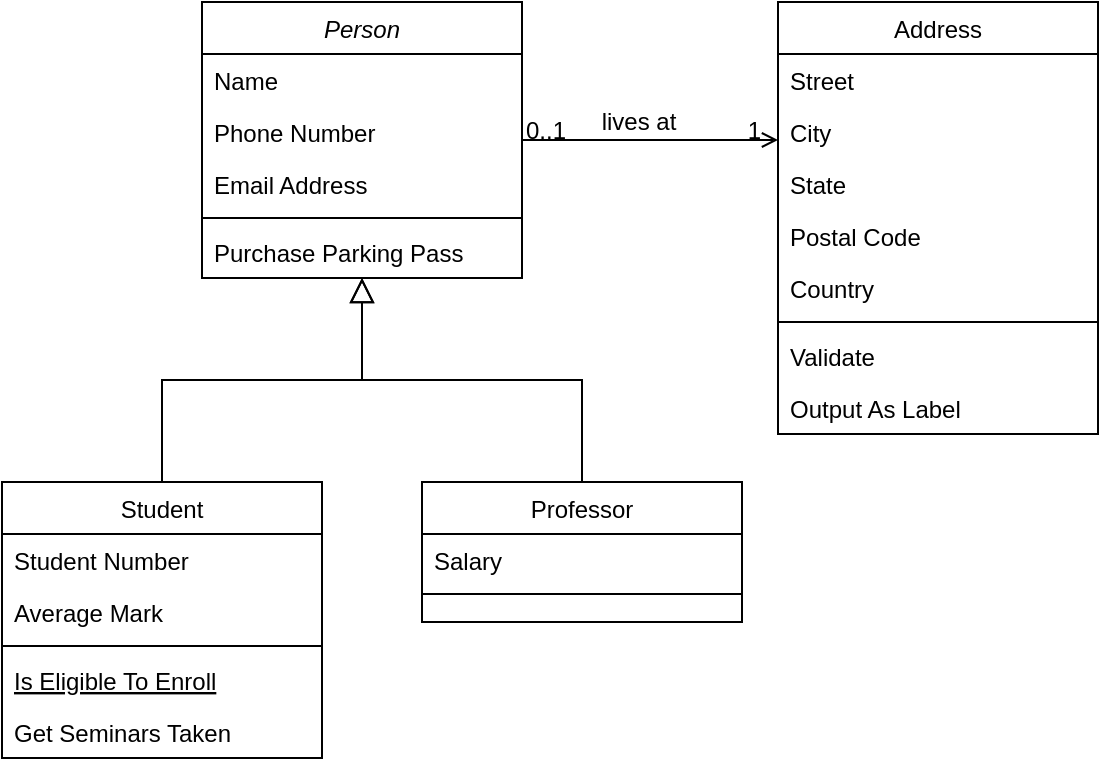
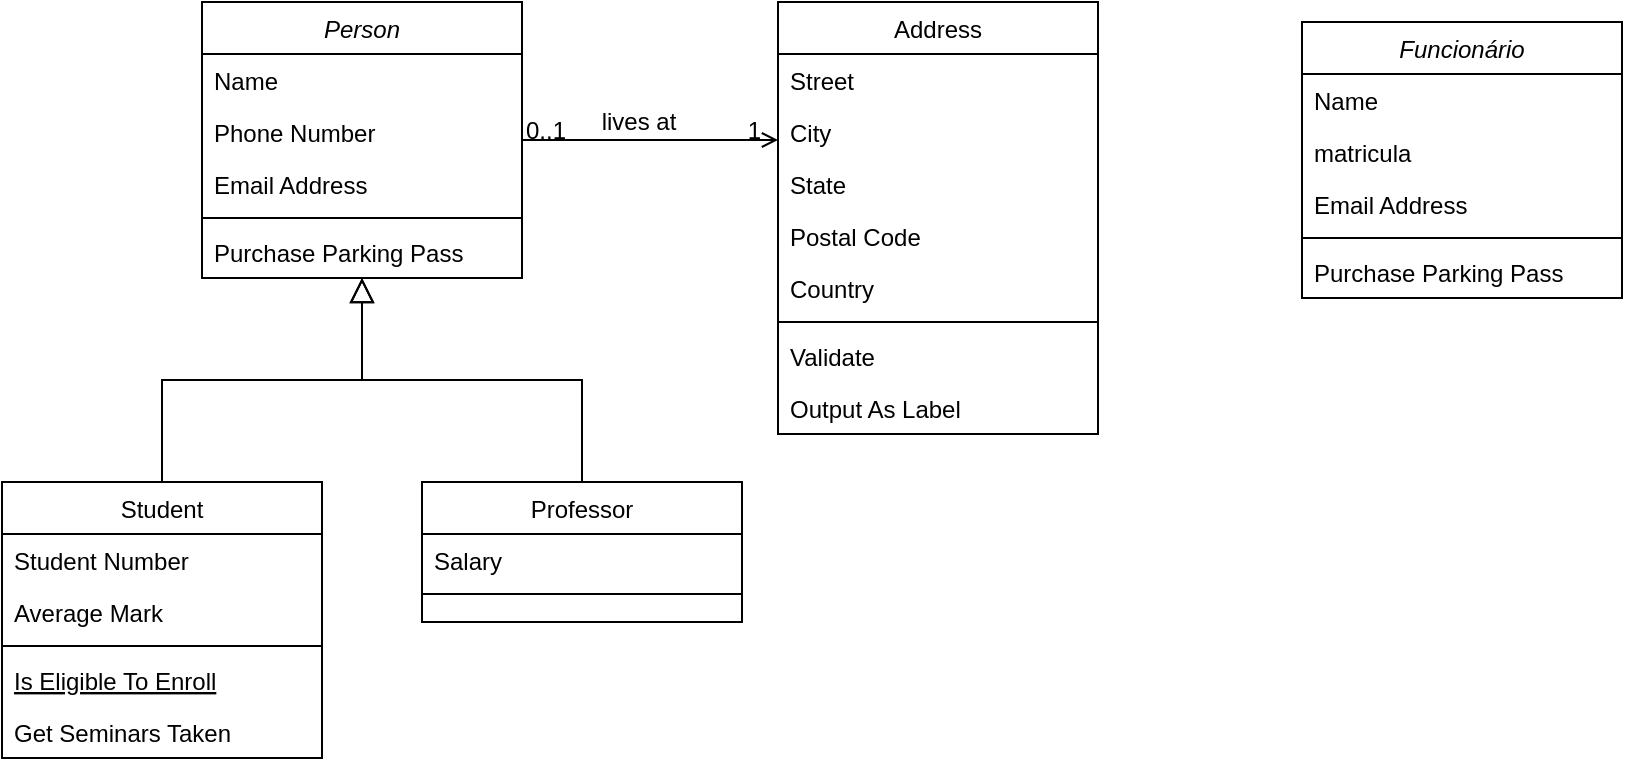
<mxfile host="app.diagrams.net">
  <diagram id="C5RBs43oDa-KdzZeNtuy" name="Page-1">
-     <mxGraphModel dx="1223" dy="871" grid="1" gridSize="10" guides="1" tooltips="1" connect="1" arrows="1" fold="1" page="1" pageScale="1" pageWidth="827" pageHeight="1169" math="0" shadow="0">
+     <mxGraphModel dx="1526" dy="333" grid="1" gridSize="10" guides="1" tooltips="1" connect="1" arrows="1" fold="1" page="1" pageScale="1" pageWidth="827" pageHeight="1169" math="0" shadow="0">
      <root>
        <mxCell id="WIyWlLk6GJQsqaUBKTNV-0" />
        <mxCell id="WIyWlLk6GJQsqaUBKTNV-1" parent="WIyWlLk6GJQsqaUBKTNV-0" />
-         <mxCell id="zkfFHV4jXpPFQw0GAbJ--0" value="Person" style="swimlane;fontStyle=2;align=center;verticalAlign=top;childLayout=stackLayout;horizontal=1;startSize=26;horizontalStack=0;resizeParent=1;resizeLast=0;collapsible=1;marginBottom=0;rounded=0;shadow=0;strokeWidth=1;" parent="WIyWlLk6GJQsqaUBKTNV-1" vertex="1">
-           <mxGeometry x="220" y="120" width="160" height="138" as="geometry">
-             <mxRectangle x="230" y="140" width="160" height="26" as="alternateBounds" />
+         <mxCell id="zkfFHV4jXpPFQw0GAbJ--0" parent="WIyWlLk6GJQsqaUBKTNV-1" style="swimlane;fontStyle=2;align=center;verticalAlign=top;childLayout=stackLayout;horizontal=1;startSize=26;horizontalStack=0;resizeParent=1;resizeLast=0;collapsible=1;marginBottom=0;rounded=0;shadow=0;strokeWidth=1;" value="Person" vertex="1">
+           <mxGeometry height="138" width="160" x="-130" y="140" as="geometry">
+             <mxRectangle height="26" width="160" x="230" y="140" as="alternateBounds" />
          </mxGeometry>
        </mxCell>
-         <mxCell id="zkfFHV4jXpPFQw0GAbJ--1" value="Name" style="text;align=left;verticalAlign=top;spacingLeft=4;spacingRight=4;overflow=hidden;rotatable=0;points=[[0,0.5],[1,0.5]];portConstraint=eastwest;" parent="zkfFHV4jXpPFQw0GAbJ--0" vertex="1">
-           <mxGeometry y="26" width="160" height="26" as="geometry" />
+         <mxCell id="zkfFHV4jXpPFQw0GAbJ--1" parent="zkfFHV4jXpPFQw0GAbJ--0" style="text;align=left;verticalAlign=top;spacingLeft=4;spacingRight=4;overflow=hidden;rotatable=0;points=[[0,0.5],[1,0.5]];portConstraint=eastwest;" value="Name" vertex="1">
+           <mxGeometry height="26" width="160" y="26" as="geometry" />
        </mxCell>
-         <mxCell id="zkfFHV4jXpPFQw0GAbJ--2" value="Phone Number" style="text;align=left;verticalAlign=top;spacingLeft=4;spacingRight=4;overflow=hidden;rotatable=0;points=[[0,0.5],[1,0.5]];portConstraint=eastwest;rounded=0;shadow=0;html=0;" parent="zkfFHV4jXpPFQw0GAbJ--0" vertex="1">
-           <mxGeometry y="52" width="160" height="26" as="geometry" />
+         <mxCell id="zkfFHV4jXpPFQw0GAbJ--2" parent="zkfFHV4jXpPFQw0GAbJ--0" style="text;align=left;verticalAlign=top;spacingLeft=4;spacingRight=4;overflow=hidden;rotatable=0;points=[[0,0.5],[1,0.5]];portConstraint=eastwest;rounded=0;shadow=0;html=0;" value="Phone Number" vertex="1">
+           <mxGeometry height="26" width="160" y="52" as="geometry" />
        </mxCell>
-         <mxCell id="zkfFHV4jXpPFQw0GAbJ--3" value="Email Address" style="text;align=left;verticalAlign=top;spacingLeft=4;spacingRight=4;overflow=hidden;rotatable=0;points=[[0,0.5],[1,0.5]];portConstraint=eastwest;rounded=0;shadow=0;html=0;" parent="zkfFHV4jXpPFQw0GAbJ--0" vertex="1">
-           <mxGeometry y="78" width="160" height="26" as="geometry" />
+         <mxCell id="zkfFHV4jXpPFQw0GAbJ--3" parent="zkfFHV4jXpPFQw0GAbJ--0" style="text;align=left;verticalAlign=top;spacingLeft=4;spacingRight=4;overflow=hidden;rotatable=0;points=[[0,0.5],[1,0.5]];portConstraint=eastwest;rounded=0;shadow=0;html=0;" value="Email Address" vertex="1">
+           <mxGeometry height="26" width="160" y="78" as="geometry" />
        </mxCell>
-         <mxCell id="zkfFHV4jXpPFQw0GAbJ--4" value="" style="line;html=1;strokeWidth=1;align=left;verticalAlign=middle;spacingTop=-1;spacingLeft=3;spacingRight=3;rotatable=0;labelPosition=right;points=[];portConstraint=eastwest;" parent="zkfFHV4jXpPFQw0GAbJ--0" vertex="1">
-           <mxGeometry y="104" width="160" height="8" as="geometry" />
+         <mxCell id="zkfFHV4jXpPFQw0GAbJ--4" parent="zkfFHV4jXpPFQw0GAbJ--0" style="line;html=1;strokeWidth=1;align=left;verticalAlign=middle;spacingTop=-1;spacingLeft=3;spacingRight=3;rotatable=0;labelPosition=right;points=[];portConstraint=eastwest;" value="" vertex="1">
+           <mxGeometry height="8" width="160" y="104" as="geometry" />
        </mxCell>
-         <mxCell id="zkfFHV4jXpPFQw0GAbJ--5" value="Purchase Parking Pass" style="text;align=left;verticalAlign=top;spacingLeft=4;spacingRight=4;overflow=hidden;rotatable=0;points=[[0,0.5],[1,0.5]];portConstraint=eastwest;" parent="zkfFHV4jXpPFQw0GAbJ--0" vertex="1">
-           <mxGeometry y="112" width="160" height="26" as="geometry" />
+         <mxCell id="zkfFHV4jXpPFQw0GAbJ--5" parent="zkfFHV4jXpPFQw0GAbJ--0" style="text;align=left;verticalAlign=top;spacingLeft=4;spacingRight=4;overflow=hidden;rotatable=0;points=[[0,0.5],[1,0.5]];portConstraint=eastwest;" value="Purchase Parking Pass" vertex="1">
+           <mxGeometry height="26" width="160" y="112" as="geometry" />
        </mxCell>
-         <mxCell id="zkfFHV4jXpPFQw0GAbJ--6" value="Student" style="swimlane;fontStyle=0;align=center;verticalAlign=top;childLayout=stackLayout;horizontal=1;startSize=26;horizontalStack=0;resizeParent=1;resizeLast=0;collapsible=1;marginBottom=0;rounded=0;shadow=0;strokeWidth=1;" parent="WIyWlLk6GJQsqaUBKTNV-1" vertex="1">
-           <mxGeometry x="120" y="360" width="160" height="138" as="geometry">
-             <mxRectangle x="130" y="380" width="160" height="26" as="alternateBounds" />
+         <mxCell id="zkfFHV4jXpPFQw0GAbJ--6" parent="WIyWlLk6GJQsqaUBKTNV-1" style="swimlane;fontStyle=0;align=center;verticalAlign=top;childLayout=stackLayout;horizontal=1;startSize=26;horizontalStack=0;resizeParent=1;resizeLast=0;collapsible=1;marginBottom=0;rounded=0;shadow=0;strokeWidth=1;" value="Student" vertex="1">
+           <mxGeometry height="138" width="160" x="-230" y="380" as="geometry">
+             <mxRectangle height="26" width="160" x="130" y="380" as="alternateBounds" />
          </mxGeometry>
        </mxCell>
-         <mxCell id="zkfFHV4jXpPFQw0GAbJ--7" value="Student Number" style="text;align=left;verticalAlign=top;spacingLeft=4;spacingRight=4;overflow=hidden;rotatable=0;points=[[0,0.5],[1,0.5]];portConstraint=eastwest;" parent="zkfFHV4jXpPFQw0GAbJ--6" vertex="1">
-           <mxGeometry y="26" width="160" height="26" as="geometry" />
+         <mxCell id="zkfFHV4jXpPFQw0GAbJ--7" parent="zkfFHV4jXpPFQw0GAbJ--6" style="text;align=left;verticalAlign=top;spacingLeft=4;spacingRight=4;overflow=hidden;rotatable=0;points=[[0,0.5],[1,0.5]];portConstraint=eastwest;" value="Student Number" vertex="1">
+           <mxGeometry height="26" width="160" y="26" as="geometry" />
        </mxCell>
-         <mxCell id="zkfFHV4jXpPFQw0GAbJ--8" value="Average Mark" style="text;align=left;verticalAlign=top;spacingLeft=4;spacingRight=4;overflow=hidden;rotatable=0;points=[[0,0.5],[1,0.5]];portConstraint=eastwest;rounded=0;shadow=0;html=0;" parent="zkfFHV4jXpPFQw0GAbJ--6" vertex="1">
-           <mxGeometry y="52" width="160" height="26" as="geometry" />
+         <mxCell id="zkfFHV4jXpPFQw0GAbJ--8" parent="zkfFHV4jXpPFQw0GAbJ--6" style="text;align=left;verticalAlign=top;spacingLeft=4;spacingRight=4;overflow=hidden;rotatable=0;points=[[0,0.5],[1,0.5]];portConstraint=eastwest;rounded=0;shadow=0;html=0;" value="Average Mark" vertex="1">
+           <mxGeometry height="26" width="160" y="52" as="geometry" />
        </mxCell>
-         <mxCell id="zkfFHV4jXpPFQw0GAbJ--9" value="" style="line;html=1;strokeWidth=1;align=left;verticalAlign=middle;spacingTop=-1;spacingLeft=3;spacingRight=3;rotatable=0;labelPosition=right;points=[];portConstraint=eastwest;" parent="zkfFHV4jXpPFQw0GAbJ--6" vertex="1">
-           <mxGeometry y="78" width="160" height="8" as="geometry" />
+         <mxCell id="zkfFHV4jXpPFQw0GAbJ--9" parent="zkfFHV4jXpPFQw0GAbJ--6" style="line;html=1;strokeWidth=1;align=left;verticalAlign=middle;spacingTop=-1;spacingLeft=3;spacingRight=3;rotatable=0;labelPosition=right;points=[];portConstraint=eastwest;" value="" vertex="1">
+           <mxGeometry height="8" width="160" y="78" as="geometry" />
        </mxCell>
-         <mxCell id="zkfFHV4jXpPFQw0GAbJ--10" value="Is Eligible To Enroll" style="text;align=left;verticalAlign=top;spacingLeft=4;spacingRight=4;overflow=hidden;rotatable=0;points=[[0,0.5],[1,0.5]];portConstraint=eastwest;fontStyle=4" parent="zkfFHV4jXpPFQw0GAbJ--6" vertex="1">
-           <mxGeometry y="86" width="160" height="26" as="geometry" />
+         <mxCell id="zkfFHV4jXpPFQw0GAbJ--10" parent="zkfFHV4jXpPFQw0GAbJ--6" style="text;align=left;verticalAlign=top;spacingLeft=4;spacingRight=4;overflow=hidden;rotatable=0;points=[[0,0.5],[1,0.5]];portConstraint=eastwest;fontStyle=4" value="Is Eligible To Enroll" vertex="1">
+           <mxGeometry height="26" width="160" y="86" as="geometry" />
        </mxCell>
-         <mxCell id="zkfFHV4jXpPFQw0GAbJ--11" value="Get Seminars Taken" style="text;align=left;verticalAlign=top;spacingLeft=4;spacingRight=4;overflow=hidden;rotatable=0;points=[[0,0.5],[1,0.5]];portConstraint=eastwest;" parent="zkfFHV4jXpPFQw0GAbJ--6" vertex="1">
-           <mxGeometry y="112" width="160" height="26" as="geometry" />
+         <mxCell id="zkfFHV4jXpPFQw0GAbJ--11" parent="zkfFHV4jXpPFQw0GAbJ--6" style="text;align=left;verticalAlign=top;spacingLeft=4;spacingRight=4;overflow=hidden;rotatable=0;points=[[0,0.5],[1,0.5]];portConstraint=eastwest;" value="Get Seminars Taken" vertex="1">
+           <mxGeometry height="26" width="160" y="112" as="geometry" />
        </mxCell>
-         <mxCell id="zkfFHV4jXpPFQw0GAbJ--12" value="" style="endArrow=block;endSize=10;endFill=0;shadow=0;strokeWidth=1;rounded=0;curved=0;edgeStyle=elbowEdgeStyle;elbow=vertical;" parent="WIyWlLk6GJQsqaUBKTNV-1" source="zkfFHV4jXpPFQw0GAbJ--6" target="zkfFHV4jXpPFQw0GAbJ--0" edge="1">
-           <mxGeometry width="160" relative="1" as="geometry">
-             <mxPoint x="200" y="203" as="sourcePoint" />
-             <mxPoint x="200" y="203" as="targetPoint" />
+         <mxCell id="zkfFHV4jXpPFQw0GAbJ--12" edge="1" parent="WIyWlLk6GJQsqaUBKTNV-1" source="zkfFHV4jXpPFQw0GAbJ--6" style="endArrow=block;endSize=10;endFill=0;shadow=0;strokeWidth=1;rounded=0;curved=0;edgeStyle=elbowEdgeStyle;elbow=vertical;" target="zkfFHV4jXpPFQw0GAbJ--0" value="">
+           <mxGeometry relative="1" width="160" as="geometry">
+             <mxPoint x="-150" y="223" as="sourcePoint" />
+             <mxPoint x="-150" y="223" as="targetPoint" />
          </mxGeometry>
        </mxCell>
-         <mxCell id="zkfFHV4jXpPFQw0GAbJ--13" value="Professor" style="swimlane;fontStyle=0;align=center;verticalAlign=top;childLayout=stackLayout;horizontal=1;startSize=26;horizontalStack=0;resizeParent=1;resizeLast=0;collapsible=1;marginBottom=0;rounded=0;shadow=0;strokeWidth=1;" parent="WIyWlLk6GJQsqaUBKTNV-1" vertex="1">
-           <mxGeometry x="330" y="360" width="160" height="70" as="geometry">
-             <mxRectangle x="340" y="380" width="170" height="26" as="alternateBounds" />
+         <mxCell id="zkfFHV4jXpPFQw0GAbJ--13" parent="WIyWlLk6GJQsqaUBKTNV-1" style="swimlane;fontStyle=0;align=center;verticalAlign=top;childLayout=stackLayout;horizontal=1;startSize=26;horizontalStack=0;resizeParent=1;resizeLast=0;collapsible=1;marginBottom=0;rounded=0;shadow=0;strokeWidth=1;" value="Professor" vertex="1">
+           <mxGeometry height="70" width="160" x="-20" y="380" as="geometry">
+             <mxRectangle height="26" width="170" x="340" y="380" as="alternateBounds" />
          </mxGeometry>
        </mxCell>
-         <mxCell id="zkfFHV4jXpPFQw0GAbJ--14" value="Salary" style="text;align=left;verticalAlign=top;spacingLeft=4;spacingRight=4;overflow=hidden;rotatable=0;points=[[0,0.5],[1,0.5]];portConstraint=eastwest;" parent="zkfFHV4jXpPFQw0GAbJ--13" vertex="1">
-           <mxGeometry y="26" width="160" height="26" as="geometry" />
+         <mxCell id="zkfFHV4jXpPFQw0GAbJ--14" parent="zkfFHV4jXpPFQw0GAbJ--13" style="text;align=left;verticalAlign=top;spacingLeft=4;spacingRight=4;overflow=hidden;rotatable=0;points=[[0,0.5],[1,0.5]];portConstraint=eastwest;" value="Salary" vertex="1">
+           <mxGeometry height="26" width="160" y="26" as="geometry" />
        </mxCell>
-         <mxCell id="zkfFHV4jXpPFQw0GAbJ--15" value="" style="line;html=1;strokeWidth=1;align=left;verticalAlign=middle;spacingTop=-1;spacingLeft=3;spacingRight=3;rotatable=0;labelPosition=right;points=[];portConstraint=eastwest;" parent="zkfFHV4jXpPFQw0GAbJ--13" vertex="1">
-           <mxGeometry y="52" width="160" height="8" as="geometry" />
+         <mxCell id="zkfFHV4jXpPFQw0GAbJ--15" parent="zkfFHV4jXpPFQw0GAbJ--13" style="line;html=1;strokeWidth=1;align=left;verticalAlign=middle;spacingTop=-1;spacingLeft=3;spacingRight=3;rotatable=0;labelPosition=right;points=[];portConstraint=eastwest;" value="" vertex="1">
+           <mxGeometry height="8" width="160" y="52" as="geometry" />
        </mxCell>
-         <mxCell id="zkfFHV4jXpPFQw0GAbJ--16" value="" style="endArrow=block;endSize=10;endFill=0;shadow=0;strokeWidth=1;rounded=0;curved=0;edgeStyle=elbowEdgeStyle;elbow=vertical;" parent="WIyWlLk6GJQsqaUBKTNV-1" source="zkfFHV4jXpPFQw0GAbJ--13" target="zkfFHV4jXpPFQw0GAbJ--0" edge="1">
-           <mxGeometry width="160" relative="1" as="geometry">
-             <mxPoint x="210" y="373" as="sourcePoint" />
-             <mxPoint x="310" y="271" as="targetPoint" />
+         <mxCell id="zkfFHV4jXpPFQw0GAbJ--16" edge="1" parent="WIyWlLk6GJQsqaUBKTNV-1" source="zkfFHV4jXpPFQw0GAbJ--13" style="endArrow=block;endSize=10;endFill=0;shadow=0;strokeWidth=1;rounded=0;curved=0;edgeStyle=elbowEdgeStyle;elbow=vertical;" target="zkfFHV4jXpPFQw0GAbJ--0" value="">
+           <mxGeometry relative="1" width="160" as="geometry">
+             <mxPoint x="-140" y="393" as="sourcePoint" />
+             <mxPoint x="-40" y="291" as="targetPoint" />
          </mxGeometry>
        </mxCell>
-         <mxCell id="zkfFHV4jXpPFQw0GAbJ--17" value="Address" style="swimlane;fontStyle=0;align=center;verticalAlign=top;childLayout=stackLayout;horizontal=1;startSize=26;horizontalStack=0;resizeParent=1;resizeLast=0;collapsible=1;marginBottom=0;rounded=0;shadow=0;strokeWidth=1;" parent="WIyWlLk6GJQsqaUBKTNV-1" vertex="1">
-           <mxGeometry x="508" y="120" width="160" height="216" as="geometry">
-             <mxRectangle x="550" y="140" width="160" height="26" as="alternateBounds" />
+         <mxCell id="zkfFHV4jXpPFQw0GAbJ--17" parent="WIyWlLk6GJQsqaUBKTNV-1" style="swimlane;fontStyle=0;align=center;verticalAlign=top;childLayout=stackLayout;horizontal=1;startSize=26;horizontalStack=0;resizeParent=1;resizeLast=0;collapsible=1;marginBottom=0;rounded=0;shadow=0;strokeWidth=1;" value="Address" vertex="1">
+           <mxGeometry height="216" width="160" x="158" y="140" as="geometry">
+             <mxRectangle height="26" width="160" x="550" y="140" as="alternateBounds" />
          </mxGeometry>
        </mxCell>
-         <mxCell id="zkfFHV4jXpPFQw0GAbJ--18" value="Street" style="text;align=left;verticalAlign=top;spacingLeft=4;spacingRight=4;overflow=hidden;rotatable=0;points=[[0,0.5],[1,0.5]];portConstraint=eastwest;" parent="zkfFHV4jXpPFQw0GAbJ--17" vertex="1">
-           <mxGeometry y="26" width="160" height="26" as="geometry" />
+         <mxCell id="zkfFHV4jXpPFQw0GAbJ--18" parent="zkfFHV4jXpPFQw0GAbJ--17" style="text;align=left;verticalAlign=top;spacingLeft=4;spacingRight=4;overflow=hidden;rotatable=0;points=[[0,0.5],[1,0.5]];portConstraint=eastwest;" value="Street" vertex="1">
+           <mxGeometry height="26" width="160" y="26" as="geometry" />
        </mxCell>
-         <mxCell id="zkfFHV4jXpPFQw0GAbJ--19" value="City" style="text;align=left;verticalAlign=top;spacingLeft=4;spacingRight=4;overflow=hidden;rotatable=0;points=[[0,0.5],[1,0.5]];portConstraint=eastwest;rounded=0;shadow=0;html=0;" parent="zkfFHV4jXpPFQw0GAbJ--17" vertex="1">
-           <mxGeometry y="52" width="160" height="26" as="geometry" />
+         <mxCell id="zkfFHV4jXpPFQw0GAbJ--19" parent="zkfFHV4jXpPFQw0GAbJ--17" style="text;align=left;verticalAlign=top;spacingLeft=4;spacingRight=4;overflow=hidden;rotatable=0;points=[[0,0.5],[1,0.5]];portConstraint=eastwest;rounded=0;shadow=0;html=0;" value="City" vertex="1">
+           <mxGeometry height="26" width="160" y="52" as="geometry" />
        </mxCell>
-         <mxCell id="zkfFHV4jXpPFQw0GAbJ--20" value="State" style="text;align=left;verticalAlign=top;spacingLeft=4;spacingRight=4;overflow=hidden;rotatable=0;points=[[0,0.5],[1,0.5]];portConstraint=eastwest;rounded=0;shadow=0;html=0;" parent="zkfFHV4jXpPFQw0GAbJ--17" vertex="1">
-           <mxGeometry y="78" width="160" height="26" as="geometry" />
+         <mxCell id="zkfFHV4jXpPFQw0GAbJ--20" parent="zkfFHV4jXpPFQw0GAbJ--17" style="text;align=left;verticalAlign=top;spacingLeft=4;spacingRight=4;overflow=hidden;rotatable=0;points=[[0,0.5],[1,0.5]];portConstraint=eastwest;rounded=0;shadow=0;html=0;" value="State" vertex="1">
+           <mxGeometry height="26" width="160" y="78" as="geometry" />
        </mxCell>
-         <mxCell id="zkfFHV4jXpPFQw0GAbJ--21" value="Postal Code" style="text;align=left;verticalAlign=top;spacingLeft=4;spacingRight=4;overflow=hidden;rotatable=0;points=[[0,0.5],[1,0.5]];portConstraint=eastwest;rounded=0;shadow=0;html=0;" parent="zkfFHV4jXpPFQw0GAbJ--17" vertex="1">
-           <mxGeometry y="104" width="160" height="26" as="geometry" />
+         <mxCell id="zkfFHV4jXpPFQw0GAbJ--21" parent="zkfFHV4jXpPFQw0GAbJ--17" style="text;align=left;verticalAlign=top;spacingLeft=4;spacingRight=4;overflow=hidden;rotatable=0;points=[[0,0.5],[1,0.5]];portConstraint=eastwest;rounded=0;shadow=0;html=0;" value="Postal Code" vertex="1">
+           <mxGeometry height="26" width="160" y="104" as="geometry" />
        </mxCell>
-         <mxCell id="zkfFHV4jXpPFQw0GAbJ--22" value="Country" style="text;align=left;verticalAlign=top;spacingLeft=4;spacingRight=4;overflow=hidden;rotatable=0;points=[[0,0.5],[1,0.5]];portConstraint=eastwest;rounded=0;shadow=0;html=0;" parent="zkfFHV4jXpPFQw0GAbJ--17" vertex="1">
-           <mxGeometry y="130" width="160" height="26" as="geometry" />
+         <mxCell id="zkfFHV4jXpPFQw0GAbJ--22" parent="zkfFHV4jXpPFQw0GAbJ--17" style="text;align=left;verticalAlign=top;spacingLeft=4;spacingRight=4;overflow=hidden;rotatable=0;points=[[0,0.5],[1,0.5]];portConstraint=eastwest;rounded=0;shadow=0;html=0;" value="Country" vertex="1">
+           <mxGeometry height="26" width="160" y="130" as="geometry" />
        </mxCell>
-         <mxCell id="zkfFHV4jXpPFQw0GAbJ--23" value="" style="line;html=1;strokeWidth=1;align=left;verticalAlign=middle;spacingTop=-1;spacingLeft=3;spacingRight=3;rotatable=0;labelPosition=right;points=[];portConstraint=eastwest;" parent="zkfFHV4jXpPFQw0GAbJ--17" vertex="1">
-           <mxGeometry y="156" width="160" height="8" as="geometry" />
+         <mxCell id="zkfFHV4jXpPFQw0GAbJ--23" parent="zkfFHV4jXpPFQw0GAbJ--17" style="line;html=1;strokeWidth=1;align=left;verticalAlign=middle;spacingTop=-1;spacingLeft=3;spacingRight=3;rotatable=0;labelPosition=right;points=[];portConstraint=eastwest;" value="" vertex="1">
+           <mxGeometry height="8" width="160" y="156" as="geometry" />
        </mxCell>
-         <mxCell id="zkfFHV4jXpPFQw0GAbJ--24" value="Validate" style="text;align=left;verticalAlign=top;spacingLeft=4;spacingRight=4;overflow=hidden;rotatable=0;points=[[0,0.5],[1,0.5]];portConstraint=eastwest;" parent="zkfFHV4jXpPFQw0GAbJ--17" vertex="1">
-           <mxGeometry y="164" width="160" height="26" as="geometry" />
+         <mxCell id="zkfFHV4jXpPFQw0GAbJ--24" parent="zkfFHV4jXpPFQw0GAbJ--17" style="text;align=left;verticalAlign=top;spacingLeft=4;spacingRight=4;overflow=hidden;rotatable=0;points=[[0,0.5],[1,0.5]];portConstraint=eastwest;" value="Validate" vertex="1">
+           <mxGeometry height="26" width="160" y="164" as="geometry" />
        </mxCell>
-         <mxCell id="zkfFHV4jXpPFQw0GAbJ--25" value="Output As Label" style="text;align=left;verticalAlign=top;spacingLeft=4;spacingRight=4;overflow=hidden;rotatable=0;points=[[0,0.5],[1,0.5]];portConstraint=eastwest;" parent="zkfFHV4jXpPFQw0GAbJ--17" vertex="1">
-           <mxGeometry y="190" width="160" height="26" as="geometry" />
+         <mxCell id="zkfFHV4jXpPFQw0GAbJ--25" parent="zkfFHV4jXpPFQw0GAbJ--17" style="text;align=left;verticalAlign=top;spacingLeft=4;spacingRight=4;overflow=hidden;rotatable=0;points=[[0,0.5],[1,0.5]];portConstraint=eastwest;" value="Output As Label" vertex="1">
+           <mxGeometry height="26" width="160" y="190" as="geometry" />
        </mxCell>
-         <mxCell id="zkfFHV4jXpPFQw0GAbJ--26" value="" style="endArrow=open;shadow=0;strokeWidth=1;rounded=0;curved=0;endFill=1;edgeStyle=elbowEdgeStyle;elbow=vertical;" parent="WIyWlLk6GJQsqaUBKTNV-1" source="zkfFHV4jXpPFQw0GAbJ--0" target="zkfFHV4jXpPFQw0GAbJ--17" edge="1">
-           <mxGeometry x="0.5" y="41" relative="1" as="geometry">
-             <mxPoint x="380" y="192" as="sourcePoint" />
-             <mxPoint x="540" y="192" as="targetPoint" />
+         <mxCell id="zkfFHV4jXpPFQw0GAbJ--26" edge="1" parent="WIyWlLk6GJQsqaUBKTNV-1" source="zkfFHV4jXpPFQw0GAbJ--0" style="endArrow=open;shadow=0;strokeWidth=1;rounded=0;curved=0;endFill=1;edgeStyle=elbowEdgeStyle;elbow=vertical;" target="zkfFHV4jXpPFQw0GAbJ--17" value="">
+           <mxGeometry relative="1" x="0.5" y="41" as="geometry">
            <mxPoint x="-40" y="32" as="offset" />
+             <mxPoint x="30" y="212" as="sourcePoint" />
+             <mxPoint x="190" y="212" as="targetPoint" />
          </mxGeometry>
        </mxCell>
-         <mxCell id="zkfFHV4jXpPFQw0GAbJ--27" value="0..1" style="resizable=0;align=left;verticalAlign=bottom;labelBackgroundColor=none;fontSize=12;" parent="zkfFHV4jXpPFQw0GAbJ--26" connectable="0" vertex="1">
-           <mxGeometry x="-1" relative="1" as="geometry">
+         <mxCell id="zkfFHV4jXpPFQw0GAbJ--27" connectable="0" parent="zkfFHV4jXpPFQw0GAbJ--26" style="resizable=0;align=left;verticalAlign=bottom;labelBackgroundColor=none;fontSize=12;" value="0..1" vertex="1">
+           <mxGeometry relative="1" x="-1" as="geometry">
            <mxPoint y="4" as="offset" />
          </mxGeometry>
        </mxCell>
-         <mxCell id="zkfFHV4jXpPFQw0GAbJ--28" value="1" style="resizable=0;align=right;verticalAlign=bottom;labelBackgroundColor=none;fontSize=12;" parent="zkfFHV4jXpPFQw0GAbJ--26" connectable="0" vertex="1">
-           <mxGeometry x="1" relative="1" as="geometry">
+         <mxCell id="zkfFHV4jXpPFQw0GAbJ--28" connectable="0" parent="zkfFHV4jXpPFQw0GAbJ--26" style="resizable=0;align=right;verticalAlign=bottom;labelBackgroundColor=none;fontSize=12;" value="1" vertex="1">
+           <mxGeometry relative="1" x="1" as="geometry">
            <mxPoint x="-7" y="4" as="offset" />
          </mxGeometry>
        </mxCell>
-         <mxCell id="zkfFHV4jXpPFQw0GAbJ--29" value="lives at" style="text;html=1;resizable=0;points=[];;align=center;verticalAlign=middle;labelBackgroundColor=none;rounded=0;shadow=0;strokeWidth=1;fontSize=12;" parent="zkfFHV4jXpPFQw0GAbJ--26" vertex="1" connectable="0">
-           <mxGeometry x="0.5" y="49" relative="1" as="geometry">
+         <mxCell id="zkfFHV4jXpPFQw0GAbJ--29" connectable="0" parent="zkfFHV4jXpPFQw0GAbJ--26" style="text;html=1;resizable=0;points=[];;align=center;verticalAlign=middle;labelBackgroundColor=none;rounded=0;shadow=0;strokeWidth=1;fontSize=12;" value="lives at" vertex="1">
+           <mxGeometry relative="1" x="0.5" y="49" as="geometry">
            <mxPoint x="-38" y="40" as="offset" />
          </mxGeometry>
+         </mxCell>
+         <mxCell id="SAE0PhIduMwH-X4gzM4_-0" parent="WIyWlLk6GJQsqaUBKTNV-1" style="swimlane;fontStyle=2;align=center;verticalAlign=top;childLayout=stackLayout;horizontal=1;startSize=26;horizontalStack=0;resizeParent=1;resizeLast=0;collapsible=1;marginBottom=0;rounded=0;shadow=0;strokeWidth=1;" value="Funcionário" vertex="1">
+           <mxGeometry height="138" width="160" x="420" y="150" as="geometry">
+             <mxRectangle height="26" width="160" x="230" y="140" as="alternateBounds" />
+           </mxGeometry>
+         </mxCell>
+         <mxCell id="SAE0PhIduMwH-X4gzM4_-1" parent="SAE0PhIduMwH-X4gzM4_-0" style="text;align=left;verticalAlign=top;spacingLeft=4;spacingRight=4;overflow=hidden;rotatable=0;points=[[0,0.5],[1,0.5]];portConstraint=eastwest;" value="Name" vertex="1">
+           <mxGeometry height="26" width="160" y="26" as="geometry" />
+         </mxCell>
+         <mxCell id="SAE0PhIduMwH-X4gzM4_-2" parent="SAE0PhIduMwH-X4gzM4_-0" style="text;align=left;verticalAlign=top;spacingLeft=4;spacingRight=4;overflow=hidden;rotatable=0;points=[[0,0.5],[1,0.5]];portConstraint=eastwest;rounded=0;shadow=0;html=0;" value="matricula" vertex="1">
+           <mxGeometry height="26" width="160" y="52" as="geometry" />
+         </mxCell>
+         <mxCell id="SAE0PhIduMwH-X4gzM4_-3" parent="SAE0PhIduMwH-X4gzM4_-0" style="text;align=left;verticalAlign=top;spacingLeft=4;spacingRight=4;overflow=hidden;rotatable=0;points=[[0,0.5],[1,0.5]];portConstraint=eastwest;rounded=0;shadow=0;html=0;" value="Email Address" vertex="1">
+           <mxGeometry height="26" width="160" y="78" as="geometry" />
+         </mxCell>
+         <mxCell id="SAE0PhIduMwH-X4gzM4_-4" parent="SAE0PhIduMwH-X4gzM4_-0" style="line;html=1;strokeWidth=1;align=left;verticalAlign=middle;spacingTop=-1;spacingLeft=3;spacingRight=3;rotatable=0;labelPosition=right;points=[];portConstraint=eastwest;" value="" vertex="1">
+           <mxGeometry height="8" width="160" y="104" as="geometry" />
+         </mxCell>
+         <mxCell id="SAE0PhIduMwH-X4gzM4_-5" parent="SAE0PhIduMwH-X4gzM4_-0" style="text;align=left;verticalAlign=top;spacingLeft=4;spacingRight=4;overflow=hidden;rotatable=0;points=[[0,0.5],[1,0.5]];portConstraint=eastwest;" value="Purchase Parking Pass" vertex="1">
+           <mxGeometry height="26" width="160" y="112" as="geometry" />
        </mxCell>
      </root>
    </mxGraphModel>
  </diagram>
</mxfile>
